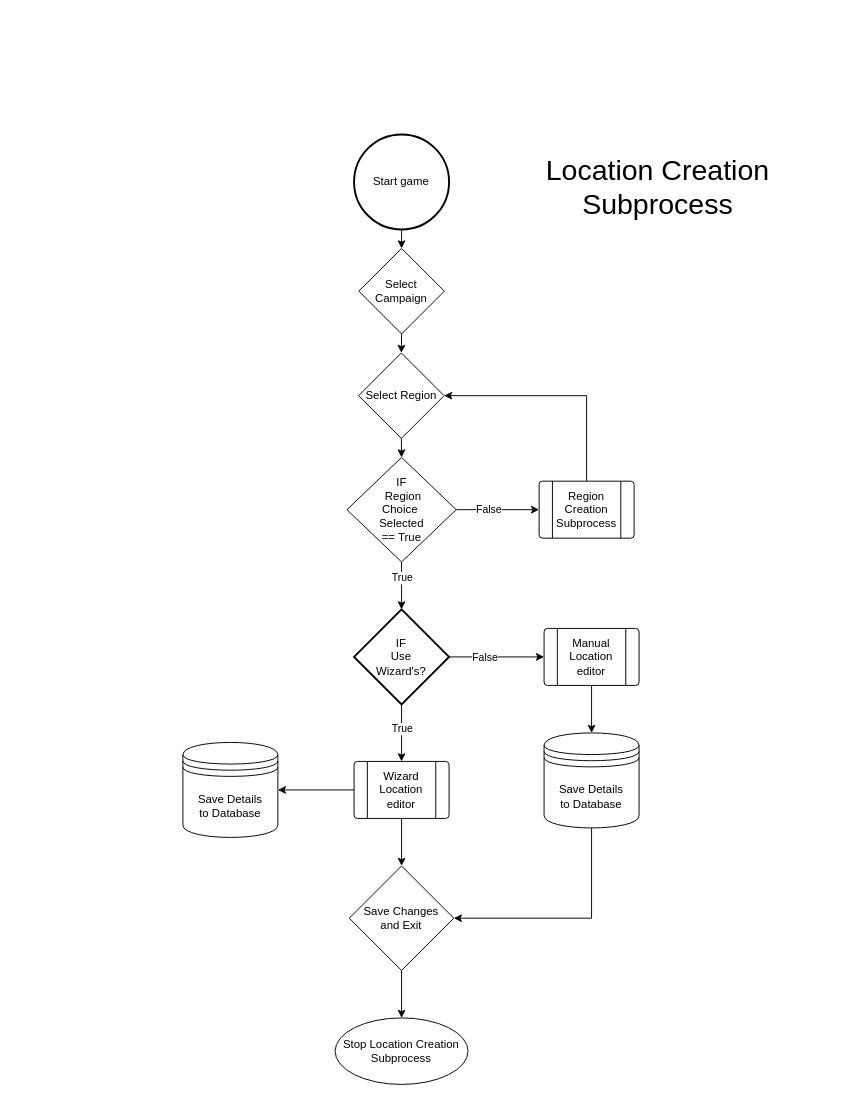
Above: Phase2/Flowcharts/modgodToolset/ModGod/Creation/Location/ModGodLocationCreation.drawio in RPG-Research/bcirpg (draw.io), before the change. Source tidied: cells renumbered, new cells numbered last; positions are measured from the earlier drawing's top-left corner, leaving out a move shared by most shapes. Both pictures are drawn from the tidied source at 95%, with x=0, y=0 at pixel (182, 134).
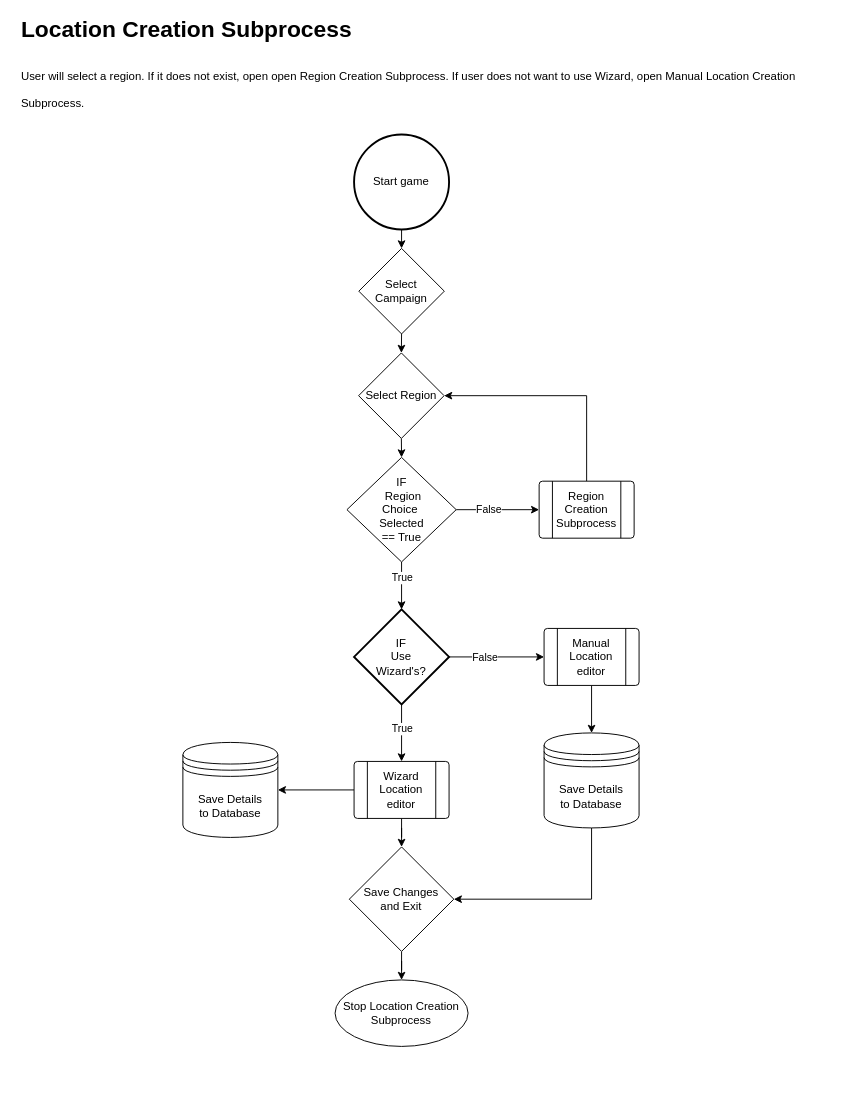
The same diagram, later.

The change refers to these unchanged cells:
```xml
<mxCell id="31" value="Save Details&lt;br&gt;to&amp;nbsp;Database" style="shape=datastore;whiteSpace=wrap;html=1;" parent="1" vertex="1">
  <mxGeometry x="380.2" y="630" width="100" height="100" as="geometry" />
</mxCell>
```

The edit, as a diff of the source:
```diff
@@
     <mxCell id="8" value="Stop Location Creation Subprocess" style="ellipse;whiteSpace=wrap;html=1;rounded=0;" parent="1" vertex="1">
-      <mxGeometry x="160.2" y="930" width="140" height="70" as="geometry" />
+      <mxGeometry x="160.2" y="890" width="140" height="70" as="geometry" />
     </mxCell>
@@
-    <mxCell id="15" value="&lt;font style=&quot;font-size: 30px;&quot;&gt;Location Creation&lt;br&gt;Subprocess&lt;br&gt;&lt;/font&gt;" style="text;html=1;strokeColor=none;fillColor=none;align=center;verticalAlign=middle;whiteSpace=wrap;rounded=0;" parent="1" vertex="1">
-      <mxGeometry x="320" y="40" width="360" height="30" as="geometry" />
-    </mxCell>
@@
     <mxCell id="29" value="Save Changes &lt;br&gt;and&amp;nbsp;Exit" style="rhombus;whiteSpace=wrap;html=1;" parent="1" vertex="1">
-      <mxGeometry x="175.2" y="770" width="110" height="110" as="geometry" />
+      <mxGeometry x="175.2" y="750" width="110" height="110" as="geometry" />
     </mxCell>
     <mxCell id="30" style="edgeStyle=orthogonalEdgeStyle;rounded=0;jettySize=auto;html=1;entryX=1;entryY=0.5;entryDx=0;entryDy=0;" parent="1" edge="1" source="31" target="29">
       <mxGeometry relative="1" as="geometry">
         <Array as="points">
-          <mxPoint x="430" y="825" />
+          <mxPoint x="430" y="805" />
         </Array>
       </mxGeometry>
     </mxCell>
@@
+    <mxCell id="32" value="&lt;span style=&quot;font-size: 24px;&quot;&gt;&lt;b&gt;Location Creation Subprocess&lt;/b&gt;&lt;/span&gt;&lt;h1&gt;&lt;span style=&quot;background-color: initial; font-size: 12px; font-weight: normal;&quot;&gt;User will select a region. If it does not exist, open open Region Creation Subprocess. If user does not want to use Wizard, open Manual Location Creation Subprocess.&lt;/span&gt;&lt;br&gt;&lt;/h1&gt;" style="text;html=1;strokeColor=none;fillColor=none;spacing=5;spacingTop=-20;whiteSpace=wrap;overflow=hidden;rounded=0;" parent="1" vertex="1">
+      <mxGeometry x="-175" y="-114" width="830" height="100" as="geometry" />
+    </mxCell>
```
